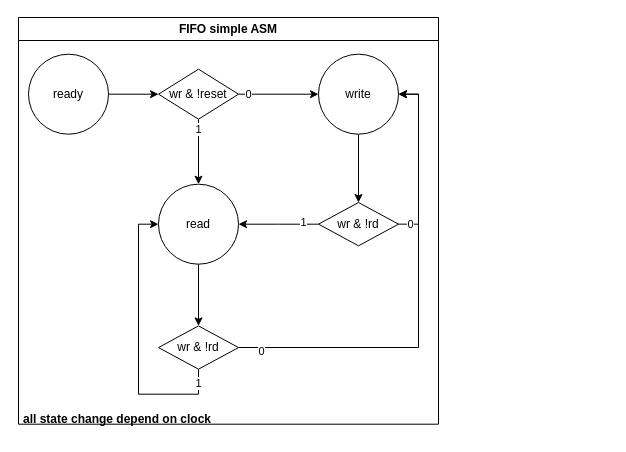
Above: FIFO simple ASM.drawio in cong2738/FPGA_Harman (draw.io), before the change. Source tidied: cells renumbered, new cells numbered last; positions are measured from the earlier drawing's top-left corner, leaving out a move shared by most shapes. Both pictures are drawn from the tidied source at 100%, with x=0, y=0 at pixel (17, 17).
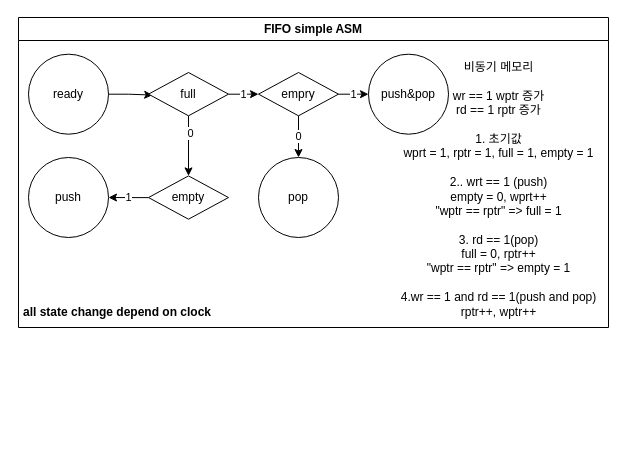
After the change.

What changed in the source:
```diff
@@
     <mxCell id="2" value="FIFO simple ASM" style="swimlane;whiteSpace=wrap;html=1;" parent="1" vertex="1">
-      <mxGeometry x="1" width="420" height="406.7" as="geometry" />
+      <mxGeometry x="1" width="590" height="310" as="geometry" />
     </mxCell>
-    <mxCell id="3" style="group;" parent="2" vertex="1">
-      <mxGeometry x="10" y="36.7" width="390" height="380" as="geometry" />
-    </mxCell>
+    <mxCell id="23" value="&lt;span style=&quot;font-weight: 700;&quot;&gt;all state change depend on clock&lt;/span&gt;" style="text;html=1;align=center;verticalAlign=middle;whiteSpace=wrap;rounded=0;" parent="2" vertex="1">
+      <mxGeometry x="-1" y="280" width="200" height="30" as="geometry" />
+    </mxCell>
+    <mxCell id="24" value="&lt;div&gt;비동기 메모리&lt;/div&gt;&lt;div&gt;&lt;br&gt;&lt;/div&gt;wr == 1 wptr 증가&lt;br&gt;rd == 1 rptr 증가&lt;div&gt;&lt;br&gt;&lt;/div&gt;&lt;div&gt;1. 초기값&lt;/div&gt;&lt;div&gt;wprt = 1, rptr = 1, full = 1, empty = 1&lt;br&gt;&lt;/div&gt;&lt;div&gt;&lt;br&gt;&lt;/div&gt;&lt;div&gt;2.. wrt == 1 (push)&lt;/div&gt;&lt;div&gt;empty = 0, wprt++&lt;/div&gt;&lt;div&gt;&quot;wptr == rptr&quot; =&amp;gt; full = 1&lt;/div&gt;&lt;div&gt;&lt;br&gt;&lt;/div&gt;&lt;div&gt;3. rd == 1(pop)&lt;/div&gt;&lt;div&gt;full = 0, rptr++&lt;/div&gt;&lt;div&gt;&quot;wptr == rptr&quot; =&amp;gt; empty = 1&lt;/div&gt;&lt;div&gt;&lt;br&gt;&lt;/div&gt;&lt;div&gt;4.wr == 1 and rd == 1(push and pop)&lt;/div&gt;&lt;div&gt;rptr++, wptr++&lt;/div&gt;" style="text;html=1;align=center;verticalAlign=middle;strokeColor=none;fillColor=none;" parent="2" vertex="1">
+      <mxGeometry x="370" y="36.7" width="220" height="270" as="geometry" />
+    </mxCell>
+    <mxCell id="25" style="group;" parent="2" vertex="1">
+      <mxGeometry x="10" y="36.7" width="420" height="183.3" as="geometry" />
+    </mxCell>
+    <mxCell id="12" value="push&amp;amp;pop" style="ellipse;whiteSpace=wrap;html=1;" parent="25" vertex="1">
+      <mxGeometry x="340" width="80" height="80" as="geometry" />
+    </mxCell>
-    <mxCell id="4" style="edgeStyle=orthogonalEdgeStyle;rounded=0;jettySize=auto;html=1;" parent="3" edge="1" source="5" target="8">
+    <mxCell id="4" style="edgeStyle=orthogonalEdgeStyle;rounded=0;jettySize=auto;html=1;entryX=0.052;entryY=0.521;entryDx=0;entryDy=0;entryPerimeter=0;" parent="25" edge="1" source="5" target="28">
       <mxGeometry relative="1" as="geometry" />
     </mxCell>
-    <mxCell id="5" value="ready" style="ellipse;whiteSpace=wrap;html=1;" parent="3" vertex="1">
+    <mxCell id="5" value="ready" style="ellipse;whiteSpace=wrap;html=1;" parent="25" vertex="1">
       <mxGeometry width="80" height="80" as="geometry" />
     </mxCell>
-    <mxCell id="6" value="1" style="edgeStyle=orthogonalEdgeStyle;rounded=0;jettySize=auto;html=1;" parent="3" edge="1" source="8" target="10">
-      <mxGeometry x="-0.69" relative="1" as="geometry" />
-    </mxCell>
-    <mxCell id="7" value="0" style="edgeStyle=orthogonalEdgeStyle;rounded=0;jettySize=auto;html=1;" parent="3" edge="1" source="8" target="12">
-      <mxGeometry x="-0.75" relative="1" as="geometry" />
-    </mxCell>
-    <mxCell id="8" value="wr &amp;amp; !reset" style="rhombus;whiteSpace=wrap;html=1;" parent="3" vertex="1">
-      <mxGeometry x="130" y="15" width="80" height="50" as="geometry" />
-    </mxCell>
-    <mxCell id="9" style="edgeStyle=orthogonalEdgeStyle;rounded=0;jettySize=auto;html=1;" parent="3" edge="1" source="10" target="21">
-      <mxGeometry relative="1" as="geometry" />
-    </mxCell>
-    <mxCell id="10" value="read" style="ellipse;whiteSpace=wrap;html=1;" parent="3" vertex="1">
-      <mxGeometry x="130" y="130" width="80" height="80" as="geometry" />
+    <mxCell id="10" value="push" style="ellipse;whiteSpace=wrap;html=1;" parent="25" vertex="1">
+      <mxGeometry y="103.3" width="80" height="80" as="geometry" />
     </mxCell>
-    <mxCell id="11" style="edgeStyle=orthogonalEdgeStyle;rounded=0;jettySize=auto;html=1;" parent="3" edge="1" source="12" target="22">
-      <mxGeometry relative="1" as="geometry" />
-    </mxCell>
-    <mxCell id="12" value="write" style="ellipse;whiteSpace=wrap;html=1;" parent="3" vertex="1">
-      <mxGeometry x="290" width="80" height="80" as="geometry" />
-    </mxCell>
-    <mxCell id="13" style="edgeStyle=orthogonalEdgeStyle;rounded=0;jettySize=auto;html=1;entryX=1;entryY=0.5;entryDx=0;entryDy=0;" parent="3" edge="1" source="21" target="12">
-      <mxGeometry relative="1" as="geometry" />
-    </mxCell>
-    <mxCell id="14" value="0" style="edgeLabel;html=1;align=center;verticalAlign=middle;" parent="13" vertex="1">
-      <mxGeometry x="-0.9" y="-3" relative="1" as="geometry" />
-    </mxCell>
-    <mxCell id="15" style="edgeStyle=orthogonalEdgeStyle;rounded=0;jettySize=auto;html=1;entryX=0;entryY=0.5;entryDx=0;entryDy=0;" parent="3" edge="1" source="21" target="10">
-      <mxGeometry relative="1" as="geometry">
-        <Array as="points">
-          <mxPoint x="170" y="340" />
-          <mxPoint x="110" y="340" />
-          <mxPoint x="110" y="170" />
-        </Array>
-      </mxGeometry>
-    </mxCell>
-    <mxCell id="16" value="1" style="edgeLabel;html=1;align=center;verticalAlign=middle;" parent="15" vertex="1">
-      <mxGeometry x="-0.9" y="-1" relative="1" as="geometry" />
-    </mxCell>
-    <mxCell id="17" style="edgeStyle=orthogonalEdgeStyle;rounded=0;jettySize=auto;html=1;" parent="3" edge="1" source="22" target="10">
-      <mxGeometry relative="1" as="geometry" />
-    </mxCell>
-    <mxCell id="18" value="1" style="edgeLabel;html=1;align=center;verticalAlign=middle;" parent="17" vertex="1">
-      <mxGeometry x="-0.6" y="-2" relative="1" as="geometry" />
-    </mxCell>
-    <mxCell id="19" style="edgeStyle=orthogonalEdgeStyle;rounded=0;jettySize=auto;html=1;entryX=1;entryY=0.5;entryDx=0;entryDy=0;exitX=1;exitY=0.5;exitDx=0;exitDy=0;" parent="3" edge="1" source="22" target="12">
-      <mxGeometry relative="1" as="geometry">
-        <Array as="points">
-          <mxPoint x="390" y="170" />
-          <mxPoint x="390" y="40" />
-        </Array>
-      </mxGeometry>
-    </mxCell>
-    <mxCell id="20" value="0" style="edgeLabel;html=1;align=center;verticalAlign=middle;" parent="19" vertex="1">
-      <mxGeometry x="-0.86" relative="1" as="geometry" />
-    </mxCell>
-    <mxCell id="21" value="wr &amp;amp; !rd" style="rhombus;whiteSpace=wrap;html=1;" parent="3" vertex="1">
-      <mxGeometry x="130" y="271.7" width="80" height="43.3" as="geometry" />
-    </mxCell>
-    <mxCell id="22" value="wr &amp;amp; !rd" style="rhombus;whiteSpace=wrap;html=1;" parent="3" vertex="1">
-      <mxGeometry x="290" y="148.3" width="80" height="43.3" as="geometry" />
-    </mxCell>
-    <mxCell id="23" value="&lt;span style=&quot;font-weight: 700;&quot;&gt;all state change depend on clock&lt;/span&gt;" style="text;html=1;align=center;verticalAlign=middle;whiteSpace=wrap;rounded=0;" parent="3" vertex="1">
-      <mxGeometry x="-11" y="350" width="200" height="30" as="geometry" />
-    </mxCell>
+    <mxCell id="26" value="pop" style="ellipse;whiteSpace=wrap;html=1;" parent="25" vertex="1">
+      <mxGeometry x="230" y="103.3" width="80" height="80" as="geometry" />
+    </mxCell>
+    <mxCell id="27" value="1" style="edgeStyle=orthogonalEdgeStyle;rounded=0;jettySize=auto;html=1;entryX=0;entryY=0.5;entryDx=0;entryDy=0;" parent="25" edge="1" source="28" target="32">
+      <mxGeometry relative="1" as="geometry" />
+    </mxCell>
+    <mxCell id="28" value="full" style="rhombus;whiteSpace=wrap;html=1;" parent="25" vertex="1">
+      <mxGeometry x="120" y="18.3" width="80" height="43.3" as="geometry" />
+    </mxCell>
+    <mxCell id="29" value="1" style="edgeStyle=orthogonalEdgeStyle;rounded=0;jettySize=auto;html=1;entryX=1;entryY=0.5;entryDx=0;entryDy=0;" parent="25" edge="1" source="30" target="10">
+      <mxGeometry relative="1" as="geometry" />
+    </mxCell>
+    <mxCell id="30" value="empty" style="rhombus;whiteSpace=wrap;html=1;" parent="25" vertex="1">
+      <mxGeometry x="120" y="121.7" width="80" height="43.3" as="geometry" />
+    </mxCell>
+    <mxCell id="31" value="1" style="edgeStyle=orthogonalEdgeStyle;rounded=0;jettySize=auto;html=1;entryX=0;entryY=0.5;entryDx=0;entryDy=0;" parent="25" edge="1" source="32" target="12">
+      <mxGeometry relative="1" as="geometry" />
+    </mxCell>
+    <mxCell id="32" value="empry" style="rhombus;whiteSpace=wrap;html=1;" parent="25" vertex="1">
+      <mxGeometry x="230" y="18.3" width="80" height="43.3" as="geometry" />
+    </mxCell>
+    <mxCell id="33" value="0" style="edgeStyle=orthogonalEdgeStyle;rounded=0;jettySize=auto;html=1;entryX=0.5;entryY=0;entryDx=0;entryDy=0;" parent="25" edge="1" source="32" target="26">
+      <mxGeometry relative="1" as="geometry" />
+    </mxCell>
+    <mxCell id="34" style="edgeStyle=orthogonalEdgeStyle;rounded=0;jettySize=auto;html=1;entryX=0.5;entryY=0;entryDx=0;entryDy=0;" parent="25" edge="1" source="28" target="30">
+      <mxGeometry relative="1" as="geometry" />
+    </mxCell>
+    <mxCell id="35" value="0" style="edgeLabel;html=1;align=center;verticalAlign=middle;" parent="34" vertex="1">
+      <mxGeometry x="-0.43" y="1" relative="1" as="geometry" />
+    </mxCell>
```
